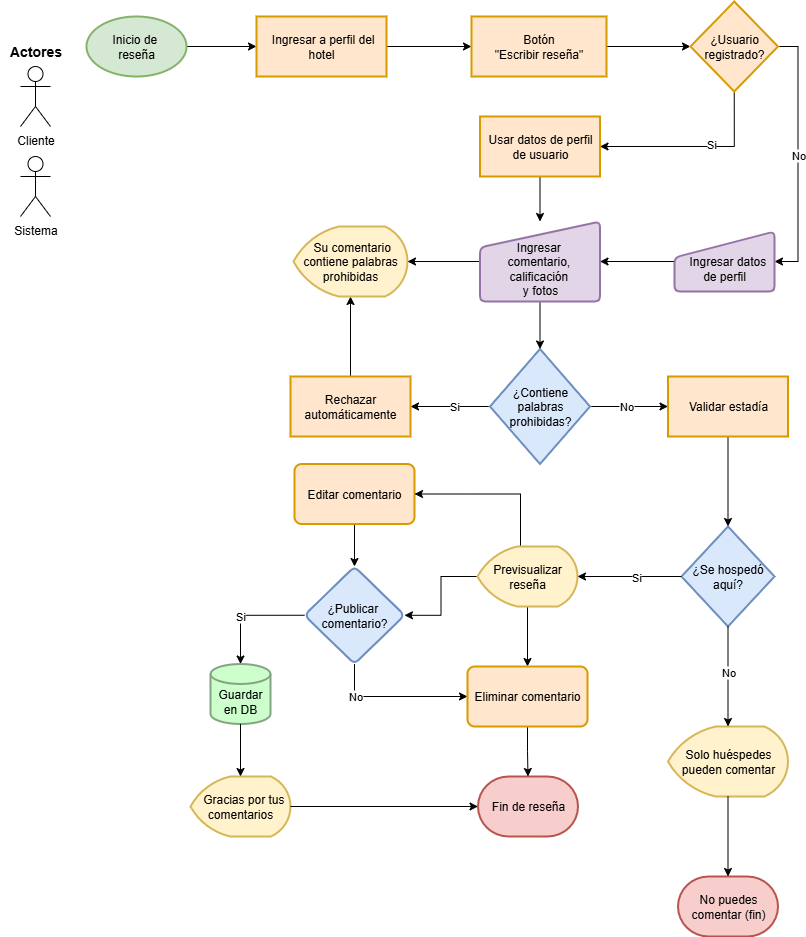
Before: Flujograma de reseñas.png, a diagram exported from draw.io (DjGuetta/App-Hotel-Management). Source tidied: cells renumbered, new cells last; positions are measured from the earlier drawing's top-left corner, leaving out a move shared by most shapes.
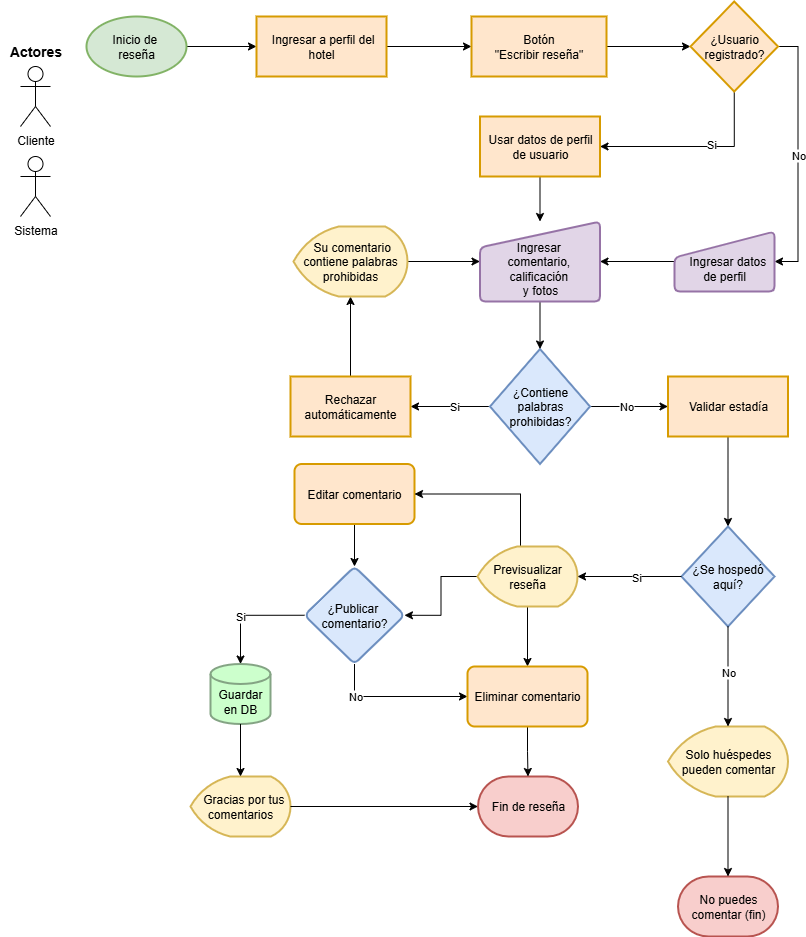
Above is the later version.

Commit message:
Corrección de flujo (flechas)

Change to the diagram source:
```diff
@@ -81,6 +81,9 @@
     <mxCell id="26" value="Rechazar automáticamente" style="whiteSpace=wrap;html=1;fillColor=#ffe6cc;strokeColor=#d79b00;strokeWidth=2;" parent="1" vertex="1">
       <mxGeometry x="290" y="375" width="120" height="60" as="geometry" />
     </mxCell>
+    <mxCell id="59" style="edgeStyle=orthogonalEdgeStyle;rounded=0;jettySize=auto;html=1;" parent="1" edge="1" source="27" target="58">
+      <mxGeometry relative="1" as="geometry" />
+    </mxCell>
     <mxCell id="27" value="&amp;nbsp;Su comentario&lt;div&gt;contiene palabras prohibidas&lt;/div&gt;" style="strokeWidth=2;html=1;shape=mxgraph.flowchart.display;whiteSpace=wrap;fillColor=#fff2cc;strokeColor=#d6b656;" parent="1" vertex="1">
       <mxGeometry x="293" y="225" width="114" height="70" as="geometry" />
     </mxCell>
@@ -178,9 +181,6 @@
     <mxCell id="55" value="&lt;div&gt;&lt;br&gt;&lt;/div&gt;&lt;div&gt;&lt;span style=&quot;background-color: transparent; color: light-dark(rgb(0, 0, 0), rgb(255, 255, 255));&quot;&gt;&amp;nbsp; &amp;nbsp;Ingresar datos&amp;nbsp;&lt;/span&gt;&lt;/div&gt;&lt;div&gt;de perfil&lt;/div&gt;" style="html=1;strokeWidth=2;shape=manualInput;whiteSpace=wrap;rounded=1;size=26;arcSize=11;fillColor=#e1d5e7;strokeColor=#9673a6;" parent="1" vertex="1">
       <mxGeometry x="674" y="230" width="100" height="60" as="geometry" />
     </mxCell>
-    <mxCell id="56" style="edgeStyle=orthogonalEdgeStyle;rounded=0;jettySize=auto;html=1;" parent="1" edge="1" source="58" target="27">
-      <mxGeometry relative="1" as="geometry" />
-    </mxCell>
     <mxCell id="57" style="edgeStyle=orthogonalEdgeStyle;rounded=0;jettySize=auto;html=1;" parent="1" edge="1" source="58" target="24">
       <mxGeometry relative="1" as="geometry" />
     </mxCell>
```
